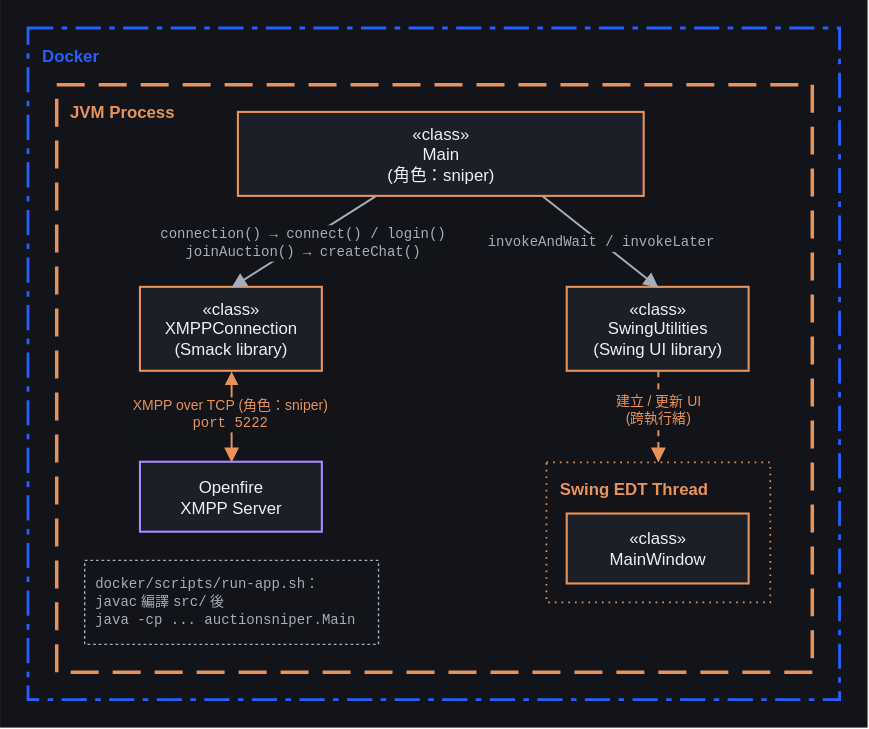
Earlier version of the draw.io export docs/diagrams/svg/goos-java-production-architecture.svg (titangene/goos-ts). Source tidied: cells renumbered, new cells last; positions are measured from the earlier drawing's top-left corner, leaving out a move shared by most shapes. The source it was exported from:
```xml
<mxGraphModel background="#12141a">
  <root>
    <mxCell id="0" />
    <mxCell id="1" parent="0" />
    <mxCell id="2" style="rounded=0;whiteSpace=wrap;html=1;fillColor=#12141a;strokeColor=none;" parent="1" vertex="1">
      <mxGeometry width="620" height="520" as="geometry" />
    </mxCell>
    <mxCell id="3" value="Docker" style="rounded=0;whiteSpace=wrap;html=1;fillColor=none;strokeColor=#2560ff;dashPattern=9 3 2 3;dashed=1;strokeWidth=2;verticalAlign=top;align=left;fontColor=#2560ff;fontSize=12;fontStyle=1;fontFamily=Helvetica;spacingLeft=8;spacingTop=6;labelBackgroundColor=#12141a;" parent="1" vertex="1">
      <mxGeometry x="20" y="20" width="580" height="480" as="geometry" />
    </mxCell>
    <mxCell id="4" value="JVM Process" style="rounded=0;whiteSpace=wrap;html=1;fillColor=none;strokeColor=#e8935a;dashPattern=8 4;dashed=1;strokeWidth=2.5;verticalAlign=top;align=left;fontColor=#e8935a;fontSize=12;fontStyle=1;fontFamily=Helvetica;spacingLeft=8;spacingTop=6;labelBackgroundColor=#12141a;" parent="1" vertex="1">
      <mxGeometry x="40" y="60" width="540" height="420" as="geometry" />
    </mxCell>
    <mxCell id="5" value="Swing EDT Thread" style="rounded=0;whiteSpace=wrap;html=1;fillColor=none;strokeColor=#e8935a;dashPattern=1 3;dashed=1;strokeWidth=1.2;verticalAlign=top;align=left;fontColor=#e8935a;fontSize=12;fontStyle=1;fontFamily=Helvetica;spacingLeft=8;spacingTop=6;labelBackgroundColor=#12141a;" parent="1" vertex="1">
      <mxGeometry x="390" y="330" width="160" height="100" as="geometry" />
    </mxCell>
    <mxCell id="6" value="«class»&lt;br&gt;Main&lt;br&gt;(角色：sniper)" style="rounded=0;whiteSpace=wrap;html=1;fillColor=#1c1f27;strokeColor=#e8935a;strokeWidth=1.5;fontColor=#eef0f3;fontSize=12;fontFamily=Helvetica;verticalAlign=middle;align=center;spacing=2;" parent="1" vertex="1">
      <mxGeometry x="170" y="80" width="290" height="60" as="geometry" />
    </mxCell>
    <mxCell id="7" value="«class»&lt;br&gt;XMPPConnection&lt;br&gt;(Smack library)" style="rounded=0;whiteSpace=wrap;html=1;fillColor=#1c1f27;strokeColor=#e8935a;strokeWidth=1.5;fontColor=#eef0f3;fontSize=12;fontFamily=Helvetica;verticalAlign=middle;align=center;spacing=2;" parent="1" vertex="1">
      <mxGeometry x="100" y="205" width="130" height="60" as="geometry" />
    </mxCell>
    <mxCell id="8" value="«class»&lt;br&gt;SwingUtilities&lt;br&gt;(Swing UI library)" style="rounded=0;whiteSpace=wrap;html=1;fillColor=#1c1f27;strokeColor=#e8935a;strokeWidth=1.5;fontColor=#eef0f3;fontSize=12;fontFamily=Helvetica;verticalAlign=middle;align=center;spacing=2;" parent="1" vertex="1">
      <mxGeometry x="405" y="205" width="130" height="60" as="geometry" />
    </mxCell>
    <mxCell id="9" value="«class»&lt;br&gt;MainWindow" style="rounded=0;whiteSpace=wrap;html=1;fillColor=#1c1f27;strokeColor=#e8935a;strokeWidth=1.5;fontColor=#eef0f3;fontSize=12;fontFamily=Helvetica;verticalAlign=middle;align=center;spacing=2;" parent="1" vertex="1">
      <mxGeometry x="405" y="367" width="130" height="50" as="geometry" />
    </mxCell>
    <mxCell id="10" value="&lt;font face=&quot;Cascadia Code, monospace&quot;&gt;docker/scripts/run-app.sh&lt;/font&gt;：&lt;br&gt;&lt;font face=&quot;Cascadia Code, monospace&quot;&gt;javac&lt;/font&gt; 編譯 &lt;font face=&quot;Cascadia Code, monospace&quot;&gt;src/&lt;/font&gt; 後&lt;br&gt;&lt;font face=&quot;Cascadia Code, monospace&quot;&gt;java -cp ... auctionsniper.Main&lt;/font&gt;" style="rounded=0;whiteSpace=wrap;html=1;fillColor=none;strokeColor=#a7adba;dashed=1;dashPattern=2 2;strokeWidth=1;fontColor=#a7adba;fontSize=10;fontFamily=Helvetica;align=left;verticalAlign=top;spacingLeft=6;spacingTop=4;" parent="1" vertex="1">
      <mxGeometry x="60" y="400" width="210" height="60" as="geometry" />
    </mxCell>
    <mxCell id="11" value="Openfire&lt;br&gt;XMPP Server" style="rounded=0;whiteSpace=wrap;html=1;fillColor=#1c1f27;strokeColor=#a78bfa;strokeWidth=1.5;fontColor=#eef0f3;fontSize=12;fontFamily=Helvetica;verticalAlign=middle;align=center;spacing=2;" parent="1" vertex="1">
      <mxGeometry x="100" y="330" width="130" height="50" as="geometry" />
    </mxCell>
    <mxCell id="12" value="&lt;font face=&quot;Cascadia Code, monospace&quot;&gt;connection() → connect() / login()&lt;br&gt;joinAuction() → createChat()&lt;/font&gt;" style="html=1;endArrow=block;endFill=1;endSize=7;strokeColor=#a7adba;strokeWidth=1.4;fontColor=#a7adba;fontSize=10;fontFamily=Helvetica;labelBackgroundColor=#12141a;rounded=0;entryX=0.5;entryY=0;entryDx=0;entryDy=0;" parent="1" edge="1" source="6" target="7">
      <mxGeometry relative="1" as="geometry" />
    </mxCell>
    <mxCell id="13" value="&lt;font face=&quot;Cascadia Code, monospace&quot;&gt;invokeAndWait / invokeLater&lt;/font&gt;" style="html=1;endArrow=block;endFill=1;endSize=7;strokeColor=#a7adba;strokeWidth=1.4;fontColor=#a7adba;fontSize=10;fontFamily=Helvetica;labelBackgroundColor=#12141a;rounded=0;exitX=0.75;exitY=1;exitDx=0;exitDy=0;entryX=0.5;entryY=0;entryDx=0;entryDy=0;" parent="1" edge="1" source="6" target="8">
      <mxGeometry relative="1" as="geometry" />
    </mxCell>
    <mxCell id="14" value="建立 / 更新 UI&lt;br&gt;(跨執行緒)" style="html=1;endArrow=block;endFill=1;endSize=7;dashed=1;strokeColor=#e8935a;strokeWidth=1.4;fontColor=#e8935a;fontSize=10;fontFamily=Helvetica;labelBackgroundColor=#12141a;rounded=0;exitX=0.5;exitY=1;exitDx=0;exitDy=0;entryX=0.5;entryY=0;entryDx=0;entryDy=0;" parent="1" edge="1" source="8" target="5">
      <mxGeometry x="-0.17" relative="1" as="geometry" />
    </mxCell>
    <mxCell id="15" value="XMPP over TCP (角色：sniper)&lt;br&gt;&lt;font face=&quot;Cascadia Code, monospace&quot;&gt;port 5222&lt;/font&gt;" style="html=1;endArrow=block;endFill=1;endSize=7;strokeColor=#e8935a;strokeWidth=1.4;fontColor=#e8935a;fontSize=10;fontFamily=Helvetica;labelBackgroundColor=#12141a;rounded=0;exitX=0.5;exitY=1;exitDx=0;exitDy=0;entryX=0.5;entryY=0;entryDx=0;entryDy=0;edgeStyle=orthogonalEdgeStyle;startArrow=block;startFill=1;" parent="1" edge="1" source="7" target="11">
      <mxGeometry x="-0.05" y="-1" relative="1" as="geometry">
        <Array as="points">
          <mxPoint x="165" y="310" />
          <mxPoint x="165" y="310" />
        </Array>
      </mxGeometry>
    </mxCell>
  </root>
</mxGraphModel>
```
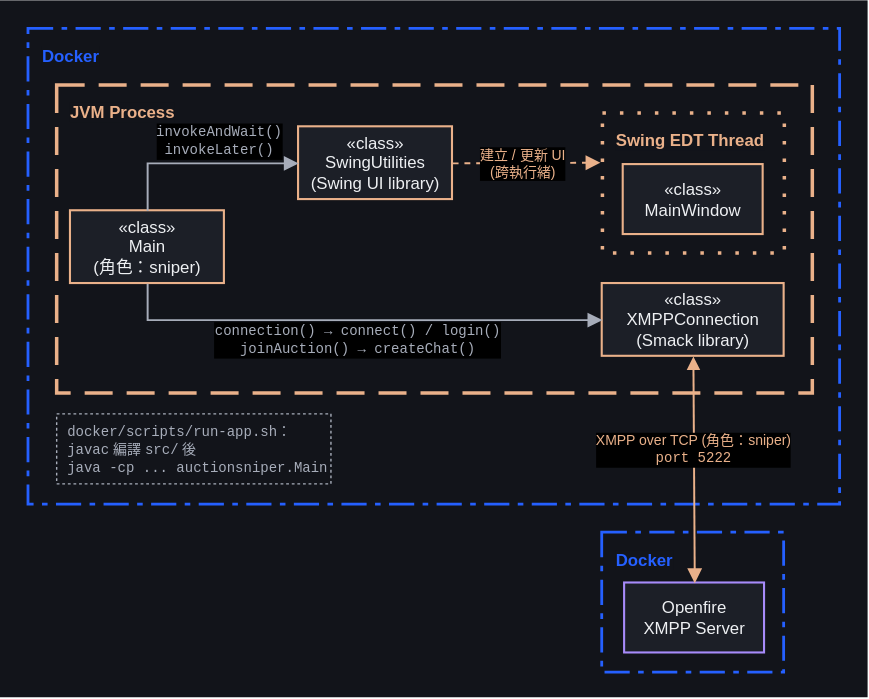
Above is the later version.

Diff of the diagram source:
```diff
@@ -1,53 +1,53 @@
-<mxGraphModel background="#12141a">
+<mxGraphModel background="light-dark(#12141a,#12141a)">
   <root>
     <mxCell id="0" />
     <mxCell id="1" parent="0" />
-    <mxCell id="2" style="rounded=0;whiteSpace=wrap;html=1;fillColor=#12141a;strokeColor=none;" parent="1" vertex="1">
-      <mxGeometry width="620" height="520" as="geometry" />
+    <mxCell id="2" style="rounded=0;whiteSpace=wrap;html=1;fillColor=light-dark(#12141A,#000000);strokeColor=none;" parent="1" vertex="1">
+      <mxGeometry width="620" height="498" as="geometry" />
     </mxCell>
-    <mxCell id="3" value="Docker" style="rounded=0;whiteSpace=wrap;html=1;fillColor=none;strokeColor=#2560ff;dashPattern=9 3 2 3;dashed=1;strokeWidth=2;verticalAlign=top;align=left;fontColor=#2560ff;fontSize=12;fontStyle=1;fontFamily=Helvetica;spacingLeft=8;spacingTop=6;labelBackgroundColor=#12141a;" parent="1" vertex="1">
-      <mxGeometry x="20" y="20" width="580" height="480" as="geometry" />
+    <mxCell id="3" value="Docker" style="rounded=0;whiteSpace=wrap;html=1;fillColor=none;strokeColor=light-dark(#2560ff,#2560ff);dashPattern=9 3 2 3;dashed=1;strokeWidth=2;verticalAlign=top;align=left;fontColor=light-dark(#2560ff,#2560ff);fontSize=12;fontStyle=1;fontFamily=Helvetica;spacingLeft=8;spacingTop=6;labelBackgroundColor=light-dark(#12141a,#12141a);" parent="1" vertex="1">
+      <mxGeometry x="20" y="20" width="580" height="340" as="geometry" />
     </mxCell>
-    <mxCell id="4" value="JVM Process" style="rounded=0;whiteSpace=wrap;html=1;fillColor=none;strokeColor=#e8935a;dashPattern=8 4;dashed=1;strokeWidth=2.5;verticalAlign=top;align=left;fontColor=#e8935a;fontSize=12;fontStyle=1;fontFamily=Helvetica;spacingLeft=8;spacingTop=6;labelBackgroundColor=#12141a;" parent="1" vertex="1">
-      <mxGeometry x="40" y="60" width="540" height="420" as="geometry" />
+    <mxCell id="4" value="JVM Process" style="rounded=0;whiteSpace=wrap;html=1;fillColor=none;strokeColor=light-dark(#eab18a,#eab18a);dashPattern=8 4;dashed=1;strokeWidth=2.5;verticalAlign=top;align=left;fontColor=light-dark(#eab18a,#eab18a);fontSize=12;fontStyle=1;fontFamily=Helvetica;spacingLeft=8;spacingTop=6;labelBackgroundColor=light-dark(#12141a,#12141a);" parent="1" vertex="1">
+      <mxGeometry x="40" y="60" width="540" height="220" as="geometry" />
     </mxCell>
-    <mxCell id="5" value="Swing EDT Thread" style="rounded=0;whiteSpace=wrap;html=1;fillColor=none;strokeColor=#e8935a;dashPattern=1 3;dashed=1;strokeWidth=1.2;verticalAlign=top;align=left;fontColor=#e8935a;fontSize=12;fontStyle=1;fontFamily=Helvetica;spacingLeft=8;spacingTop=6;labelBackgroundColor=#12141a;" parent="1" vertex="1">
-      <mxGeometry x="390" y="330" width="160" height="100" as="geometry" />
+    <mxCell id="5" value="Swing EDT Thread" style="rounded=0;whiteSpace=wrap;html=1;fillColor=none;strokeColor=light-dark(#eab18a,#eab18a);dashPattern=1 4;dashed=1;strokeWidth=2.5;verticalAlign=top;align=left;fontColor=light-dark(#eab18a,#eab18a);fontSize=12;fontStyle=1;fontFamily=Helvetica;spacingLeft=8;spacingTop=6;labelBackgroundColor=light-dark(#12141a,#12141a);" parent="1" vertex="1">
+      <mxGeometry x="430" y="80" width="130" height="100" as="geometry" />
     </mxCell>
-    <mxCell id="6" value="«class»&lt;br&gt;Main&lt;br&gt;(角色：sniper)" style="rounded=0;whiteSpace=wrap;html=1;fillColor=#1c1f27;strokeColor=#e8935a;strokeWidth=1.5;fontColor=#eef0f3;fontSize=12;fontFamily=Helvetica;verticalAlign=middle;align=center;spacing=2;" parent="1" vertex="1">
-      <mxGeometry x="170" y="80" width="290" height="60" as="geometry" />
+    <mxCell id="6" value="«class»&lt;br&gt;Main&lt;br&gt;(角色：sniper)" style="rounded=0;whiteSpace=wrap;html=1;fillColor=light-dark(#1c1f27,#1c1f27);strokeColor=light-dark(#eab18a,#eab18a);strokeWidth=1.5;fontColor=light-dark(#eef0f3,#eef0f3);fontSize=12;fontFamily=Helvetica;verticalAlign=middle;align=center;spacing=2;" parent="1" vertex="1">
+      <mxGeometry x="50" y="150" width="110" height="52" as="geometry" />
     </mxCell>
-    <mxCell id="7" value="«class»&lt;br&gt;XMPPConnection&lt;br&gt;(Smack library)" style="rounded=0;whiteSpace=wrap;html=1;fillColor=#1c1f27;strokeColor=#e8935a;strokeWidth=1.5;fontColor=#eef0f3;fontSize=12;fontFamily=Helvetica;verticalAlign=middle;align=center;spacing=2;" parent="1" vertex="1">
-      <mxGeometry x="100" y="205" width="130" height="60" as="geometry" />
+    <mxCell id="7" value="«class»&lt;br&gt;XMPPConnection&lt;br&gt;(Smack library)" style="rounded=0;whiteSpace=wrap;html=1;fillColor=light-dark(#1c1f27,#1c1f27);strokeColor=light-dark(#eab18a,#eab18a);strokeWidth=1.5;fontColor=light-dark(#eef0f3,#eef0f3);fontSize=12;fontFamily=Helvetica;verticalAlign=middle;align=center;spacing=2;" parent="1" vertex="1">
+      <mxGeometry x="430" y="202" width="130" height="52" as="geometry" />
     </mxCell>
-    <mxCell id="8" value="«class»&lt;br&gt;SwingUtilities&lt;br&gt;(Swing UI library)" style="rounded=0;whiteSpace=wrap;html=1;fillColor=#1c1f27;strokeColor=#e8935a;strokeWidth=1.5;fontColor=#eef0f3;fontSize=12;fontFamily=Helvetica;verticalAlign=middle;align=center;spacing=2;" parent="1" vertex="1">
-      <mxGeometry x="405" y="205" width="130" height="60" as="geometry" />
+    <mxCell id="8" value="«class»&lt;br&gt;SwingUtilities&lt;br&gt;(Swing UI library)" style="rounded=0;whiteSpace=wrap;html=1;fillColor=light-dark(#1c1f27,#1c1f27);strokeColor=light-dark(#eab18a,#eab18a);strokeWidth=1.5;fontColor=light-dark(#eef0f3,#eef0f3);fontSize=12;fontFamily=Helvetica;verticalAlign=middle;align=center;spacing=2;" parent="1" vertex="1">
+      <mxGeometry x="213" y="90" width="110" height="52" as="geometry" />
     </mxCell>
-    <mxCell id="9" value="«class»&lt;br&gt;MainWindow" style="rounded=0;whiteSpace=wrap;html=1;fillColor=#1c1f27;strokeColor=#e8935a;strokeWidth=1.5;fontColor=#eef0f3;fontSize=12;fontFamily=Helvetica;verticalAlign=middle;align=center;spacing=2;" parent="1" vertex="1">
-      <mxGeometry x="405" y="367" width="130" height="50" as="geometry" />
+    <mxCell id="9" value="«class»&lt;br&gt;MainWindow" style="rounded=0;whiteSpace=wrap;html=1;fillColor=light-dark(#1c1f27,#1c1f27);strokeColor=light-dark(#eab18a,#eab18a);strokeWidth=1.5;fontColor=light-dark(#eef0f3,#eef0f3);fontSize=12;fontFamily=Helvetica;verticalAlign=middle;align=center;spacing=2;" parent="1" vertex="1">
+      <mxGeometry x="445" y="117" width="100" height="50" as="geometry" />
     </mxCell>
-    <mxCell id="10" value="&lt;font face=&quot;Cascadia Code, monospace&quot;&gt;docker/scripts/run-app.sh&lt;/font&gt;：&lt;br&gt;&lt;font face=&quot;Cascadia Code, monospace&quot;&gt;javac&lt;/font&gt; 編譯 &lt;font face=&quot;Cascadia Code, monospace&quot;&gt;src/&lt;/font&gt; 後&lt;br&gt;&lt;font face=&quot;Cascadia Code, monospace&quot;&gt;java -cp ... auctionsniper.Main&lt;/font&gt;" style="rounded=0;whiteSpace=wrap;html=1;fillColor=none;strokeColor=#a7adba;dashed=1;dashPattern=2 2;strokeWidth=1;fontColor=#a7adba;fontSize=10;fontFamily=Helvetica;align=left;verticalAlign=top;spacingLeft=6;spacingTop=4;" parent="1" vertex="1">
-      <mxGeometry x="60" y="400" width="210" height="60" as="geometry" />
+    <mxCell id="10" value="&lt;font face=&quot;Cascadia Code, monospace&quot;&gt;docker/scripts/run-app.sh&lt;/font&gt;：&lt;br&gt;&lt;font face=&quot;Cascadia Code, monospace&quot;&gt;javac&lt;/font&gt; 編譯 &lt;font face=&quot;Cascadia Code, monospace&quot;&gt;src/&lt;/font&gt; 後&lt;br&gt;&lt;font face=&quot;Cascadia Code, monospace&quot;&gt;java -cp ... auctionsniper.Main&lt;/font&gt;" style="rounded=0;whiteSpace=wrap;html=1;fillColor=none;strokeColor=light-dark(#a7adba,#a7adba);dashed=1;dashPattern=2 2;strokeWidth=1;fontColor=light-dark(#a7adba,#a7adba);fontSize=10;fontFamily=Helvetica;align=left;verticalAlign=top;spacingLeft=6;spacingTop=0;" parent="1" vertex="1">
+      <mxGeometry x="40" y="295" width="196" height="50" as="geometry" />
     </mxCell>
+    <mxCell id="16" value="Docker" style="rounded=0;whiteSpace=wrap;html=1;fillColor=none;strokeColor=light-dark(#2560ff,#2560ff);dashPattern=9 3 2 3;dashed=1;strokeWidth=2;verticalAlign=top;align=left;fontColor=light-dark(#2560ff,#2560ff);fontSize=12;fontStyle=1;fontFamily=Helvetica;spacingLeft=8;spacingTop=6;labelBackgroundColor=light-dark(#12141a,#12141a);" parent="1" vertex="1">
+      <mxGeometry x="430" y="380" width="130" height="100" as="geometry" />
+    </mxCell>
-    <mxCell id="11" value="Openfire&lt;br&gt;XMPP Server" style="rounded=0;whiteSpace=wrap;html=1;fillColor=#1c1f27;strokeColor=#a78bfa;strokeWidth=1.5;fontColor=#eef0f3;fontSize=12;fontFamily=Helvetica;verticalAlign=middle;align=center;spacing=2;" parent="1" vertex="1">
-      <mxGeometry x="100" y="330" width="130" height="50" as="geometry" />
+    <mxCell id="11" value="Openfire&lt;br&gt;XMPP Server" style="rounded=0;whiteSpace=wrap;html=1;fillColor=light-dark(#1c1f27,#1c1f27);strokeColor=light-dark(#a78bfa,#a78bfa);strokeWidth=1.5;fontColor=light-dark(#eef0f3,#eef0f3);fontSize=12;fontFamily=Helvetica;verticalAlign=middle;align=center;spacing=2;" parent="1" vertex="1">
+      <mxGeometry x="446" y="416" width="100" height="50" as="geometry" />
     </mxCell>
-    <mxCell id="12" value="&lt;font face=&quot;Cascadia Code, monospace&quot;&gt;connection() → connect() / login()&lt;br&gt;joinAuction() → createChat()&lt;/font&gt;" style="html=1;endArrow=block;endFill=1;endSize=7;strokeColor=#a7adba;strokeWidth=1.4;fontColor=#a7adba;fontSize=10;fontFamily=Helvetica;labelBackgroundColor=#12141a;rounded=0;entryX=0.5;entryY=0;entryDx=0;entryDy=0;" parent="1" edge="1" source="6" target="7">
-      <mxGeometry relative="1" as="geometry" />
+    <mxCell id="12" value="&lt;font face=&quot;Cascadia Code, monospace&quot;&gt;connection() → connect() / login()&lt;br&gt;joinAuction() → createChat()&lt;/font&gt;" style="html=1;endArrow=block;endFill=1;endSize=7;strokeColor=light-dark(#a7adba,#a7adba);strokeWidth=1.4;fontColor=light-dark(#a7adba,#a7adba);fontSize=10;fontFamily=Helvetica;labelBackgroundColor=light-dark(#000000,#000000);rounded=0;entryX=0;entryY=0.5;entryDx=0;entryDy=0;exitX=0.5;exitY=1;exitDx=0;exitDy=0;edgeStyle=orthogonalEdgeStyle;" parent="1" edge="1" source="6" target="7">
+      <mxGeometry x="0.01" y="-14" relative="1" as="geometry" />
     </mxCell>
-    <mxCell id="13" value="&lt;font face=&quot;Cascadia Code, monospace&quot;&gt;invokeAndWait / invokeLater&lt;/font&gt;" style="html=1;endArrow=block;endFill=1;endSize=7;strokeColor=#a7adba;strokeWidth=1.4;fontColor=#a7adba;fontSize=10;fontFamily=Helvetica;labelBackgroundColor=#12141a;rounded=0;exitX=0.75;exitY=1;exitDx=0;exitDy=0;entryX=0.5;entryY=0;entryDx=0;entryDy=0;" parent="1" edge="1" source="6" target="8">
-      <mxGeometry relative="1" as="geometry" />
+    <mxCell id="13" value="&lt;font face=&quot;Cascadia Code, monospace&quot;&gt;invokeAndWait()&lt;br&gt;invokeLater()&lt;/font&gt;" style="html=1;endArrow=block;endFill=1;endSize=7;strokeColor=light-dark(#a7adba,#a7adba);strokeWidth=1.4;fontColor=light-dark(#a7adba,#a7adba);fontSize=10;fontFamily=Helvetica;labelBackgroundColor=light-dark(#000000,#000000);rounded=0;exitX=0.5;exitY=0;exitDx=0;exitDy=0;entryX=0;entryY=0.5;entryDx=0;entryDy=0;edgeStyle=orthogonalEdgeStyle;" parent="1" edge="1" source="6" target="8">
+      <mxGeometry x="0.19" y="16" relative="1" as="geometry" />
     </mxCell>
-    <mxCell id="14" value="建立 / 更新 UI&lt;br&gt;(跨執行緒)" style="html=1;endArrow=block;endFill=1;endSize=7;dashed=1;strokeColor=#e8935a;strokeWidth=1.4;fontColor=#e8935a;fontSize=10;fontFamily=Helvetica;labelBackgroundColor=#12141a;rounded=0;exitX=0.5;exitY=1;exitDx=0;exitDy=0;entryX=0.5;entryY=0;entryDx=0;entryDy=0;" parent="1" edge="1" source="8" target="5">
-      <mxGeometry x="-0.17" relative="1" as="geometry" />
+    <mxCell id="14" value="建立 / 更新 UI&lt;br&gt;(跨執行緒)" style="html=1;endArrow=block;endFill=1;endSize=7;dashed=1;strokeColor=light-dark(#eab18a,#eab18a);strokeWidth=1.4;fontColor=light-dark(#eab18a,#eab18a);fontSize=10;fontFamily=Helvetica;labelBackgroundColor=light-dark(#000000,#000000);rounded=0;exitX=1;exitY=0.5;exitDx=0;exitDy=0;" parent="1" edge="1" source="8">
+      <mxGeometry x="-0.06" relative="1" as="geometry">
+        <mxPoint x="428.6" y="115.5" as="targetPoint" />
+      </mxGeometry>
     </mxCell>
-    <mxCell id="15" value="XMPP over TCP (角色：sniper)&lt;br&gt;&lt;font face=&quot;Cascadia Code, monospace&quot;&gt;port 5222&lt;/font&gt;" style="html=1;endArrow=block;endFill=1;endSize=7;strokeColor=#e8935a;strokeWidth=1.4;fontColor=#e8935a;fontSize=10;fontFamily=Helvetica;labelBackgroundColor=#12141a;rounded=0;exitX=0.5;exitY=1;exitDx=0;exitDy=0;entryX=0.5;entryY=0;entryDx=0;entryDy=0;edgeStyle=orthogonalEdgeStyle;startArrow=block;startFill=1;" parent="1" edge="1" source="7" target="11">
-      <mxGeometry x="-0.05" y="-1" relative="1" as="geometry">
-        <Array as="points">
-          <mxPoint x="165" y="310" />
-          <mxPoint x="165" y="310" />
-        </Array>
-      </mxGeometry>
+    <mxCell id="15" value="XMPP over TCP (角色：sniper)&lt;br&gt;&lt;font face=&quot;Cascadia Code, monospace&quot;&gt;port 5222&lt;/font&gt;" style="html=1;endArrow=block;endFill=1;endSize=7;strokeColor=light-dark(#eab18a,#eab18a);strokeWidth=1.4;fontColor=light-dark(#eab18a,#eab18a);fontSize=10;fontFamily=Helvetica;labelBackgroundColor=light-dark(#000000,#000000);rounded=0;exitX=0.5;exitY=1;exitDx=0;exitDy=0;entryX=0.5;entryY=0;entryDx=0;entryDy=0;startArrow=block;startFill=1;" parent="1" edge="1" source="7" target="11">
+      <mxGeometry x="-0.17" relative="1" as="geometry" />
     </mxCell>
   </root>
 </mxGraphModel>
```
